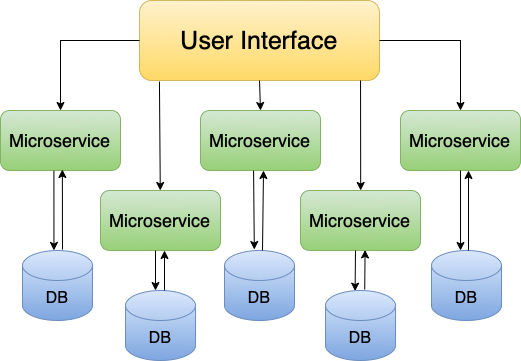
Before: png/microservices.png, a diagram exported from draw.io (chukava/Bachelors-Thesis). Source tidied: cells renumbered, new cells last; positions are measured from the earlier drawing's top-left corner, leaving out a move shared by most shapes. Its diagram source:
```xml
<mxGraphModel>
  <root>
    <mxCell id="0" />
    <mxCell id="1" parent="0" />
    <mxCell id="2" value="&lt;font style=&quot;font-size: 25px;&quot;&gt;User Interface&lt;/font&gt;" style="rounded=1;whiteSpace=wrap;html=1;fillColor=#fff2cc;strokeColor=#d6b656;gradientColor=#ffd966;" parent="1" vertex="1">
      <mxGeometry x="139" width="240" height="80" as="geometry" />
    </mxCell>
    <mxCell id="3" value="&lt;font style=&quot;font-size: 18px;&quot;&gt;Microservice&lt;/font&gt;" style="rounded=1;whiteSpace=wrap;html=1;fillColor=#d5e8d4;gradientColor=#97d077;strokeColor=#82b366;" parent="1" vertex="1">
      <mxGeometry y="110" width="120" height="60" as="geometry" />
    </mxCell>
    <mxCell id="4" value="&lt;font style=&quot;font-size: 18px;&quot;&gt;Microservice&lt;/font&gt;" style="rounded=1;whiteSpace=wrap;html=1;fillColor=#d5e8d4;gradientColor=#97d077;strokeColor=#82b366;" parent="1" vertex="1">
      <mxGeometry x="100" y="190" width="120" height="60" as="geometry" />
    </mxCell>
    <mxCell id="5" style="endArrow=classic;html=1;rounded=0;exitX=0;exitY=0.5;exitDx=0;exitDy=0;entryX=0.5;entryY=0;entryDx=0;entryDy=0;" parent="1" edge="1" source="2" target="3">
      <mxGeometry relative="1" as="geometry">
        <Array as="points">
          <mxPoint x="60" y="40" />
        </Array>
      </mxGeometry>
    </mxCell>
    <mxCell id="6" style="endArrow=classic;html=1;rounded=0;exitX=0.083;exitY=1.013;exitDx=0;exitDy=0;exitPerimeter=0;" parent="1" edge="1" source="2" target="4">
      <mxGeometry relative="1" as="geometry" />
    </mxCell>
    <mxCell id="7" style="endArrow=classic;html=1;rounded=0;exitX=0.5;exitY=1;exitDx=0;exitDy=0;entryX=0.5;entryY=0;entryDx=0;entryDy=0;" parent="1" edge="1" source="2">
      <mxGeometry relative="1" as="geometry">
        <mxPoint x="260" y="110" as="targetPoint" />
      </mxGeometry>
    </mxCell>
    <mxCell id="8" style="endArrow=classic;html=1;rounded=0;exitX=0.921;exitY=1;exitDx=0;exitDy=0;exitPerimeter=0;" parent="1" edge="1" source="2">
      <mxGeometry relative="1" as="geometry">
        <mxPoint x="360.2" y="190" as="targetPoint" />
      </mxGeometry>
    </mxCell>
    <mxCell id="9" style="endArrow=classic;html=1;rounded=0;exitX=1;exitY=0.5;exitDx=0;exitDy=0;entryX=0.5;entryY=0;entryDx=0;entryDy=0;" parent="1" edge="1" source="2">
      <mxGeometry relative="1" as="geometry">
        <mxPoint x="460" y="110" as="targetPoint" />
        <Array as="points">
          <mxPoint x="460" y="40" />
        </Array>
      </mxGeometry>
    </mxCell>
    <mxCell id="10" value="&lt;font style=&quot;font-size: 18px;&quot;&gt;Microservice&lt;/font&gt;" style="rounded=1;whiteSpace=wrap;html=1;fillColor=#d5e8d4;gradientColor=#97d077;strokeColor=#82b366;" parent="1" vertex="1">
      <mxGeometry x="200" y="110" width="120" height="60" as="geometry" />
    </mxCell>
    <mxCell id="11" value="&lt;font style=&quot;font-size: 18px;&quot;&gt;Microservice&lt;/font&gt;" style="rounded=1;whiteSpace=wrap;html=1;fillColor=#d5e8d4;gradientColor=#97d077;strokeColor=#82b366;" parent="1" vertex="1">
      <mxGeometry x="300" y="190" width="120" height="60" as="geometry" />
    </mxCell>
    <mxCell id="12" value="&lt;font style=&quot;font-size: 18px;&quot;&gt;Microservice&lt;/font&gt;" style="rounded=1;whiteSpace=wrap;html=1;fillColor=#d5e8d4;strokeColor=#82b366;gradientColor=#97d077;" parent="1" vertex="1">
      <mxGeometry x="400" y="110" width="120" height="60" as="geometry" />
    </mxCell>
    <mxCell id="13" value="&lt;font style=&quot;font-size: 16px;&quot;&gt;DB&lt;/font&gt;" style="shape=cylinder3;whiteSpace=wrap;html=1;boundedLbl=1;backgroundOutline=1;size=15;fillColor=#dae8fc;strokeColor=#6c8ebf;gradientColor=#7ea6e0;" parent="1" vertex="1">
      <mxGeometry x="22" y="250" width="70" height="70" as="geometry" />
    </mxCell>
    <mxCell id="14" style="endArrow=classic;html=1;rounded=0;exitX=0.42;exitY=1.003;exitDx=0;exitDy=0;entryX=0.449;entryY=0;entryDx=0;entryDy=0;entryPerimeter=0;exitPerimeter=0;" parent="1" edge="1" target="13">
      <mxGeometry relative="1" as="geometry">
        <mxPoint x="53.4" y="170.2" as="sourcePoint" />
      </mxGeometry>
    </mxCell>
    <mxCell id="15" style="endArrow=classic;html=1;rounded=0;entryX=0.457;entryY=0.983;entryDx=0;entryDy=0;entryPerimeter=0;exitX=0.571;exitY=-0.014;exitDx=0;exitDy=0;exitPerimeter=0;" parent="1" edge="1">
      <mxGeometry relative="1" as="geometry">
        <mxPoint x="62" y="249" as="sourcePoint" />
        <mxPoint x="61.8" y="169" as="targetPoint" />
      </mxGeometry>
    </mxCell>
    <mxCell id="16" value="&lt;font style=&quot;font-size: 16px;&quot;&gt;DB&lt;/font&gt;" style="shape=cylinder3;whiteSpace=wrap;html=1;boundedLbl=1;backgroundOutline=1;size=15;fillColor=#dae8fc;strokeColor=#6c8ebf;gradientColor=#7ea6e0;" parent="1" vertex="1">
      <mxGeometry x="125" y="290" width="70" height="70" as="geometry" />
    </mxCell>
    <mxCell id="17" value="&lt;font style=&quot;font-size: 16px;&quot;&gt;DB&lt;/font&gt;" style="shape=cylinder3;whiteSpace=wrap;html=1;boundedLbl=1;backgroundOutline=1;size=15;fillColor=#dae8fc;strokeColor=#6c8ebf;gradientColor=#7ea6e0;" parent="1" vertex="1">
      <mxGeometry x="224" y="250" width="70" height="70" as="geometry" />
    </mxCell>
    <mxCell id="18" value="&lt;font style=&quot;font-size: 16px;&quot;&gt;DB&lt;/font&gt;" style="shape=cylinder3;whiteSpace=wrap;html=1;boundedLbl=1;backgroundOutline=1;size=15;fillColor=#dae8fc;strokeColor=#6c8ebf;gradientColor=#7ea6e0;" parent="1" vertex="1">
      <mxGeometry x="325" y="290" width="70" height="70" as="geometry" />
    </mxCell>
    <mxCell id="19" value="&lt;font style=&quot;font-size: 16px;&quot;&gt;DB&lt;/font&gt;" style="shape=cylinder3;whiteSpace=wrap;html=1;boundedLbl=1;backgroundOutline=1;size=15;fillColor=#dae8fc;strokeColor=#6c8ebf;gradientColor=#7ea6e0;" parent="1" vertex="1">
      <mxGeometry x="431" y="250" width="70" height="70" as="geometry" />
    </mxCell>
    <mxCell id="20" style="endArrow=classic;html=1;rounded=0;" parent="1" edge="1">
      <mxGeometry relative="1" as="geometry">
        <mxPoint x="164" y="290" as="sourcePoint" />
        <mxPoint x="164" y="250" as="targetPoint" />
      </mxGeometry>
    </mxCell>
    <mxCell id="21" style="endArrow=classic;html=1;rounded=0;exitX=0.5;exitY=1;exitDx=0;exitDy=0;entryX=0.5;entryY=0;entryDx=0;entryDy=0;entryPerimeter=0;" parent="1" edge="1">
      <mxGeometry relative="1" as="geometry">
        <mxPoint x="155" y="250" as="sourcePoint" />
        <mxPoint x="155" y="290" as="targetPoint" />
      </mxGeometry>
    </mxCell>
    <mxCell id="22" style="endArrow=classic;html=1;rounded=0;exitX=0.467;exitY=1.003;exitDx=0;exitDy=0;exitPerimeter=0;entryX=0.469;entryY=-0.014;entryDx=0;entryDy=0;entryPerimeter=0;" parent="1" edge="1">
      <mxGeometry relative="1" as="geometry">
        <mxPoint x="253" y="170.2" as="sourcePoint" />
        <mxPoint x="253.8" y="249" as="targetPoint" />
      </mxGeometry>
    </mxCell>
    <mxCell id="23" style="endArrow=classic;html=1;rounded=0;exitX=0.5;exitY=0;exitDx=0;exitDy=0;exitPerimeter=0;entryX=0.5;entryY=1;entryDx=0;entryDy=0;" parent="1" edge="1">
      <mxGeometry relative="1" as="geometry">
        <mxPoint x="262" y="250" as="sourcePoint" />
        <mxPoint x="263" y="170" as="targetPoint" />
      </mxGeometry>
    </mxCell>
    <mxCell id="24" style="endArrow=classic;html=1;rounded=0;exitX=0.446;exitY=-0.014;exitDx=0;exitDy=0;exitPerimeter=0;entryX=0.43;entryY=0.99;entryDx=0;entryDy=0;entryPerimeter=0;" parent="1" edge="1">
      <mxGeometry relative="1" as="geometry">
        <mxPoint x="364.2" y="289" as="sourcePoint" />
        <mxPoint x="364.6" y="249.4" as="targetPoint" />
      </mxGeometry>
    </mxCell>
    <mxCell id="25" style="endArrow=classic;html=1;rounded=0;entryX=0.594;entryY=0.009;entryDx=0;entryDy=0;entryPerimeter=0;" parent="1" edge="1">
      <mxGeometry relative="1" as="geometry">
        <mxPoint x="355" y="250" as="sourcePoint" />
        <mxPoint x="354.6" y="290.6" as="targetPoint" />
      </mxGeometry>
    </mxCell>
    <mxCell id="26" style="endArrow=classic;html=1;rounded=0;exitX=0.5;exitY=1;exitDx=0;exitDy=0;entryX=0.286;entryY=0;entryDx=0;entryDy=0;entryPerimeter=0;" parent="1" edge="1">
      <mxGeometry relative="1" as="geometry">
        <mxPoint x="460" y="170" as="sourcePoint" />
        <mxPoint x="460" y="250" as="targetPoint" />
      </mxGeometry>
    </mxCell>
    <mxCell id="27" style="endArrow=classic;html=1;rounded=0;exitX=0.5;exitY=0;exitDx=0;exitDy=0;exitPerimeter=0;" parent="1" edge="1">
      <mxGeometry relative="1" as="geometry">
        <mxPoint x="468" y="250" as="sourcePoint" />
        <mxPoint x="468" y="170" as="targetPoint" />
      </mxGeometry>
    </mxCell>
  </root>
</mxGraphModel>
```
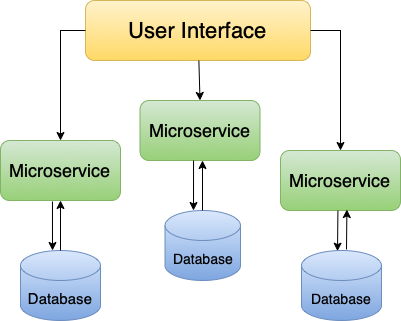
After the commit.

Change to the diagram source:
```diff
@@ -2,125 +2,77 @@
   <root>
     <mxCell id="0" />
     <mxCell id="1" parent="0" />
-    <mxCell id="2" value="&lt;font style=&quot;font-size: 25px;&quot;&gt;User Interface&lt;/font&gt;" style="rounded=1;whiteSpace=wrap;html=1;fillColor=#fff2cc;strokeColor=#d6b656;gradientColor=#ffd966;" parent="1" vertex="1">
-      <mxGeometry x="139" width="240" height="80" as="geometry" />
+    <mxCell id="2" value="&lt;font style=&quot;font-size: 22px;&quot;&gt;User Interface&lt;/font&gt;" style="rounded=1;whiteSpace=wrap;html=1;fillColor=#fff2cc;strokeColor=#d6b656;gradientColor=#ffd966;" parent="1" vertex="1">
+      <mxGeometry x="145" y="10" width="225" height="60" as="geometry" />
     </mxCell>
-    <mxCell id="3" value="&lt;font style=&quot;font-size: 18px;&quot;&gt;Microservice&lt;/font&gt;" style="rounded=1;whiteSpace=wrap;html=1;fillColor=#d5e8d4;gradientColor=#97d077;strokeColor=#82b366;" parent="1" vertex="1">
-      <mxGeometry y="110" width="120" height="60" as="geometry" />
-    </mxCell>
     <mxCell id="4" value="&lt;font style=&quot;font-size: 18px;&quot;&gt;Microservice&lt;/font&gt;" style="rounded=1;whiteSpace=wrap;html=1;fillColor=#d5e8d4;gradientColor=#97d077;strokeColor=#82b366;" parent="1" vertex="1">
-      <mxGeometry x="100" y="190" width="120" height="60" as="geometry" />
+      <mxGeometry x="60" y="150" width="120" height="60" as="geometry" />
     </mxCell>
-    <mxCell id="5" style="endArrow=classic;html=1;rounded=0;exitX=0;exitY=0.5;exitDx=0;exitDy=0;entryX=0.5;entryY=0;entryDx=0;entryDy=0;" parent="1" edge="1" source="2" target="3">
-      <mxGeometry relative="1" as="geometry">
-        <Array as="points">
-          <mxPoint x="60" y="40" />
-        </Array>
-      </mxGeometry>
-    </mxCell>
-    <mxCell id="6" style="endArrow=classic;html=1;rounded=0;exitX=0.083;exitY=1.013;exitDx=0;exitDy=0;exitPerimeter=0;" parent="1" edge="1" source="2" target="4">
-      <mxGeometry relative="1" as="geometry" />
+    <mxCell id="6" style="endArrow=classic;html=1;rounded=0;exitX=0;exitY=0.5;exitDx=0;exitDy=0;entryX=0.5;entryY=0;entryDx=0;entryDy=0;" parent="1" edge="1" source="2" target="4">
+      <mxGeometry relative="1" as="geometry">
+        <Array as="points">
+          <mxPoint x="120" y="40" />
+        </Array>
+      </mxGeometry>
     </mxCell>
-    <mxCell id="7" style="endArrow=classic;html=1;rounded=0;exitX=0.5;exitY=1;exitDx=0;exitDy=0;entryX=0.5;entryY=0;entryDx=0;entryDy=0;" parent="1" edge="1" source="2">
-      <mxGeometry relative="1" as="geometry">
-        <mxPoint x="260" y="110" as="targetPoint" />
-      </mxGeometry>
+    <mxCell id="7" style="endArrow=classic;html=1;rounded=0;entryX=0.5;entryY=0;entryDx=0;entryDy=0;" parent="1" edge="1" source="2" target="10">
+      <mxGeometry relative="1" as="geometry" />
     </mxCell>
-    <mxCell id="8" style="endArrow=classic;html=1;rounded=0;exitX=0.921;exitY=1;exitDx=0;exitDy=0;exitPerimeter=0;" parent="1" edge="1" source="2">
+    <mxCell id="8" style="endArrow=classic;html=1;rounded=0;exitX=1;exitY=0.5;exitDx=0;exitDy=0;entryX=0.5;entryY=0;entryDx=0;entryDy=0;" parent="1" edge="1" source="2" target="11">
       <mxGeometry relative="1" as="geometry">
-        <mxPoint x="360.2" y="190" as="targetPoint" />
+        <Array as="points">
+          <mxPoint x="400" y="40" />
+        </Array>
       </mxGeometry>
     </mxCell>
-    <mxCell id="9" style="endArrow=classic;html=1;rounded=0;exitX=1;exitY=0.5;exitDx=0;exitDy=0;entryX=0.5;entryY=0;entryDx=0;entryDy=0;" parent="1" edge="1" source="2">
-      <mxGeometry relative="1" as="geometry">
-        <mxPoint x="460" y="110" as="targetPoint" />
-        <Array as="points">
-          <mxPoint x="460" y="40" />
-        </Array>
-      </mxGeometry>
-    </mxCell>
     <mxCell id="10" value="&lt;font style=&quot;font-size: 18px;&quot;&gt;Microservice&lt;/font&gt;" style="rounded=1;whiteSpace=wrap;html=1;fillColor=#d5e8d4;gradientColor=#97d077;strokeColor=#82b366;" parent="1" vertex="1">
-      <mxGeometry x="200" y="110" width="120" height="60" as="geometry" />
+      <mxGeometry x="199.5" y="110" width="120" height="60" as="geometry" />
     </mxCell>
     <mxCell id="11" value="&lt;font style=&quot;font-size: 18px;&quot;&gt;Microservice&lt;/font&gt;" style="rounded=1;whiteSpace=wrap;html=1;fillColor=#d5e8d4;gradientColor=#97d077;strokeColor=#82b366;" parent="1" vertex="1">
-      <mxGeometry x="300" y="190" width="120" height="60" as="geometry" />
+      <mxGeometry x="340" y="160" width="120" height="60" as="geometry" />
     </mxCell>
-    <mxCell id="12" value="&lt;font style=&quot;font-size: 18px;&quot;&gt;Microservice&lt;/font&gt;" style="rounded=1;whiteSpace=wrap;html=1;fillColor=#d5e8d4;strokeColor=#82b366;gradientColor=#97d077;" parent="1" vertex="1">
-      <mxGeometry x="400" y="110" width="120" height="60" as="geometry" />
-    </mxCell>
-    <mxCell id="13" value="&lt;font style=&quot;font-size: 16px;&quot;&gt;DB&lt;/font&gt;" style="shape=cylinder3;whiteSpace=wrap;html=1;boundedLbl=1;backgroundOutline=1;size=15;fillColor=#dae8fc;strokeColor=#6c8ebf;gradientColor=#7ea6e0;" parent="1" vertex="1">
-      <mxGeometry x="22" y="250" width="70" height="70" as="geometry" />
-    </mxCell>
-    <mxCell id="14" style="endArrow=classic;html=1;rounded=0;exitX=0.42;exitY=1.003;exitDx=0;exitDy=0;entryX=0.449;entryY=0;entryDx=0;entryDy=0;entryPerimeter=0;exitPerimeter=0;" parent="1" edge="1" target="13">
-      <mxGeometry relative="1" as="geometry">
-        <mxPoint x="53.4" y="170.2" as="sourcePoint" />
-      </mxGeometry>
-    </mxCell>
-    <mxCell id="15" style="endArrow=classic;html=1;rounded=0;entryX=0.457;entryY=0.983;entryDx=0;entryDy=0;entryPerimeter=0;exitX=0.571;exitY=-0.014;exitDx=0;exitDy=0;exitPerimeter=0;" parent="1" edge="1">
-      <mxGeometry relative="1" as="geometry">
-        <mxPoint x="62" y="249" as="sourcePoint" />
-        <mxPoint x="61.8" y="169" as="targetPoint" />
-      </mxGeometry>
-    </mxCell>
-    <mxCell id="16" value="&lt;font style=&quot;font-size: 16px;&quot;&gt;DB&lt;/font&gt;" style="shape=cylinder3;whiteSpace=wrap;html=1;boundedLbl=1;backgroundOutline=1;size=15;fillColor=#dae8fc;strokeColor=#6c8ebf;gradientColor=#7ea6e0;" parent="1" vertex="1">
-      <mxGeometry x="125" y="290" width="70" height="70" as="geometry" />
+    <mxCell id="16" value="&lt;font style=&quot;font-size: 15px;&quot;&gt;Database&lt;/font&gt;" style="shape=cylinder3;whiteSpace=wrap;html=1;boundedLbl=1;backgroundOutline=1;size=15;fillColor=#dae8fc;strokeColor=#6c8ebf;gradientColor=#7ea6e0;" parent="1" vertex="1">
+      <mxGeometry x="80" y="260" width="80" height="70" as="geometry" />
     </mxCell>
-    <mxCell id="17" value="&lt;font style=&quot;font-size: 16px;&quot;&gt;DB&lt;/font&gt;" style="shape=cylinder3;whiteSpace=wrap;html=1;boundedLbl=1;backgroundOutline=1;size=15;fillColor=#dae8fc;strokeColor=#6c8ebf;gradientColor=#7ea6e0;" parent="1" vertex="1">
-      <mxGeometry x="224" y="250" width="70" height="70" as="geometry" />
+    <mxCell id="17" value="&lt;font style=&quot;font-size: 14px;&quot;&gt;Database&lt;/font&gt;" style="shape=cylinder3;whiteSpace=wrap;html=1;boundedLbl=1;backgroundOutline=1;size=15;fillColor=#dae8fc;strokeColor=#6c8ebf;gradientColor=#7ea6e0;" parent="1" vertex="1">
+      <mxGeometry x="224.5" y="220" width="75.5" height="70" as="geometry" />
     </mxCell>
-    <mxCell id="18" value="&lt;font style=&quot;font-size: 16px;&quot;&gt;DB&lt;/font&gt;" style="shape=cylinder3;whiteSpace=wrap;html=1;boundedLbl=1;backgroundOutline=1;size=15;fillColor=#dae8fc;strokeColor=#6c8ebf;gradientColor=#7ea6e0;" parent="1" vertex="1">
-      <mxGeometry x="325" y="290" width="70" height="70" as="geometry" />
+    <mxCell id="18" value="&lt;font style=&quot;font-size: 14px;&quot;&gt;Database&lt;/font&gt;" style="shape=cylinder3;whiteSpace=wrap;html=1;boundedLbl=1;backgroundOutline=1;size=15;fillColor=#dae8fc;strokeColor=#6c8ebf;gradientColor=#7ea6e0;" parent="1" vertex="1">
+      <mxGeometry x="361" y="260" width="80" height="70" as="geometry" />
     </mxCell>
-    <mxCell id="19" value="&lt;font style=&quot;font-size: 16px;&quot;&gt;DB&lt;/font&gt;" style="shape=cylinder3;whiteSpace=wrap;html=1;boundedLbl=1;backgroundOutline=1;size=15;fillColor=#dae8fc;strokeColor=#6c8ebf;gradientColor=#7ea6e0;" parent="1" vertex="1">
-      <mxGeometry x="431" y="250" width="70" height="70" as="geometry" />
-    </mxCell>
-    <mxCell id="20" style="endArrow=classic;html=1;rounded=0;" parent="1" edge="1">
+    <mxCell id="20" style="endArrow=classic;html=1;rounded=0;entryX=0.5;entryY=1;entryDx=0;entryDy=0;" parent="1" edge="1" target="4">
       <mxGeometry relative="1" as="geometry">
-        <mxPoint x="164" y="290" as="sourcePoint" />
-        <mxPoint x="164" y="250" as="targetPoint" />
+        <mxPoint x="120" y="260" as="sourcePoint" />
       </mxGeometry>
     </mxCell>
-    <mxCell id="21" style="endArrow=classic;html=1;rounded=0;exitX=0.5;exitY=1;exitDx=0;exitDy=0;entryX=0.5;entryY=0;entryDx=0;entryDy=0;entryPerimeter=0;" parent="1" edge="1">
+    <mxCell id="21" style="endArrow=classic;html=1;rounded=0;exitX=0.433;exitY=1.017;exitDx=0;exitDy=0;exitPerimeter=0;" parent="1" edge="1" source="4">
       <mxGeometry relative="1" as="geometry">
-        <mxPoint x="155" y="250" as="sourcePoint" />
-        <mxPoint x="155" y="290" as="targetPoint" />
+        <mxPoint x="112" y="260" as="targetPoint" />
       </mxGeometry>
     </mxCell>
-    <mxCell id="22" style="endArrow=classic;html=1;rounded=0;exitX=0.467;exitY=1.003;exitDx=0;exitDy=0;exitPerimeter=0;entryX=0.469;entryY=-0.014;entryDx=0;entryDy=0;entryPerimeter=0;" parent="1" edge="1">
+    <mxCell id="22" style="endArrow=classic;html=1;rounded=0;exitX=0.467;exitY=1.003;exitDx=0;exitDy=0;exitPerimeter=0;" parent="1" edge="1">
       <mxGeometry relative="1" as="geometry">
-        <mxPoint x="253" y="170.2" as="sourcePoint" />
-        <mxPoint x="253.8" y="249" as="targetPoint" />
+        <mxPoint x="253" y="170" as="sourcePoint" />
+        <mxPoint x="253" y="220" as="targetPoint" />
       </mxGeometry>
     </mxCell>
-    <mxCell id="23" style="endArrow=classic;html=1;rounded=0;exitX=0.5;exitY=0;exitDx=0;exitDy=0;exitPerimeter=0;entryX=0.5;entryY=1;entryDx=0;entryDy=0;" parent="1" edge="1">
+    <mxCell id="23" style="endArrow=classic;html=1;rounded=0;entryX=0.5;entryY=1;entryDx=0;entryDy=0;" parent="1" edge="1">
       <mxGeometry relative="1" as="geometry">
-        <mxPoint x="262" y="250" as="sourcePoint" />
-        <mxPoint x="263" y="170" as="targetPoint" />
+        <mxPoint x="262" y="220" as="sourcePoint" />
+        <mxPoint x="262" y="170" as="targetPoint" />
       </mxGeometry>
     </mxCell>
-    <mxCell id="24" style="endArrow=classic;html=1;rounded=0;exitX=0.446;exitY=-0.014;exitDx=0;exitDy=0;exitPerimeter=0;entryX=0.43;entryY=0.99;entryDx=0;entryDy=0;entryPerimeter=0;" parent="1" edge="1">
+    <mxCell id="24" style="endArrow=classic;html=1;rounded=0;entryX=0.43;entryY=0.99;entryDx=0;entryDy=0;entryPerimeter=0;" parent="1" edge="1">
       <mxGeometry relative="1" as="geometry">
-        <mxPoint x="364.2" y="289" as="sourcePoint" />
-        <mxPoint x="364.6" y="249.4" as="targetPoint" />
+        <mxPoint x="406" y="259" as="sourcePoint" />
+        <mxPoint x="406.4" y="219" as="targetPoint" />
       </mxGeometry>
     </mxCell>
     <mxCell id="25" style="endArrow=classic;html=1;rounded=0;entryX=0.594;entryY=0.009;entryDx=0;entryDy=0;entryPerimeter=0;" parent="1" edge="1">
       <mxGeometry relative="1" as="geometry">
-        <mxPoint x="355" y="250" as="sourcePoint" />
-        <mxPoint x="354.6" y="290.6" as="targetPoint" />
+        <mxPoint x="397.4" y="220" as="sourcePoint" />
+        <mxPoint x="397" y="260.6" as="targetPoint" />
       </mxGeometry>
     </mxCell>
-    <mxCell id="26" style="endArrow=classic;html=1;rounded=0;exitX=0.5;exitY=1;exitDx=0;exitDy=0;entryX=0.286;entryY=0;entryDx=0;entryDy=0;entryPerimeter=0;" parent="1" edge="1">
-      <mxGeometry relative="1" as="geometry">
-        <mxPoint x="460" y="170" as="sourcePoint" />
-        <mxPoint x="460" y="250" as="targetPoint" />
-      </mxGeometry>
-    </mxCell>
-    <mxCell id="27" style="endArrow=classic;html=1;rounded=0;exitX=0.5;exitY=0;exitDx=0;exitDy=0;exitPerimeter=0;" parent="1" edge="1">
-      <mxGeometry relative="1" as="geometry">
-        <mxPoint x="468" y="250" as="sourcePoint" />
-        <mxPoint x="468" y="170" as="targetPoint" />
-      </mxGeometry>
-    </mxCell>
   </root>
 </mxGraphModel>
```
